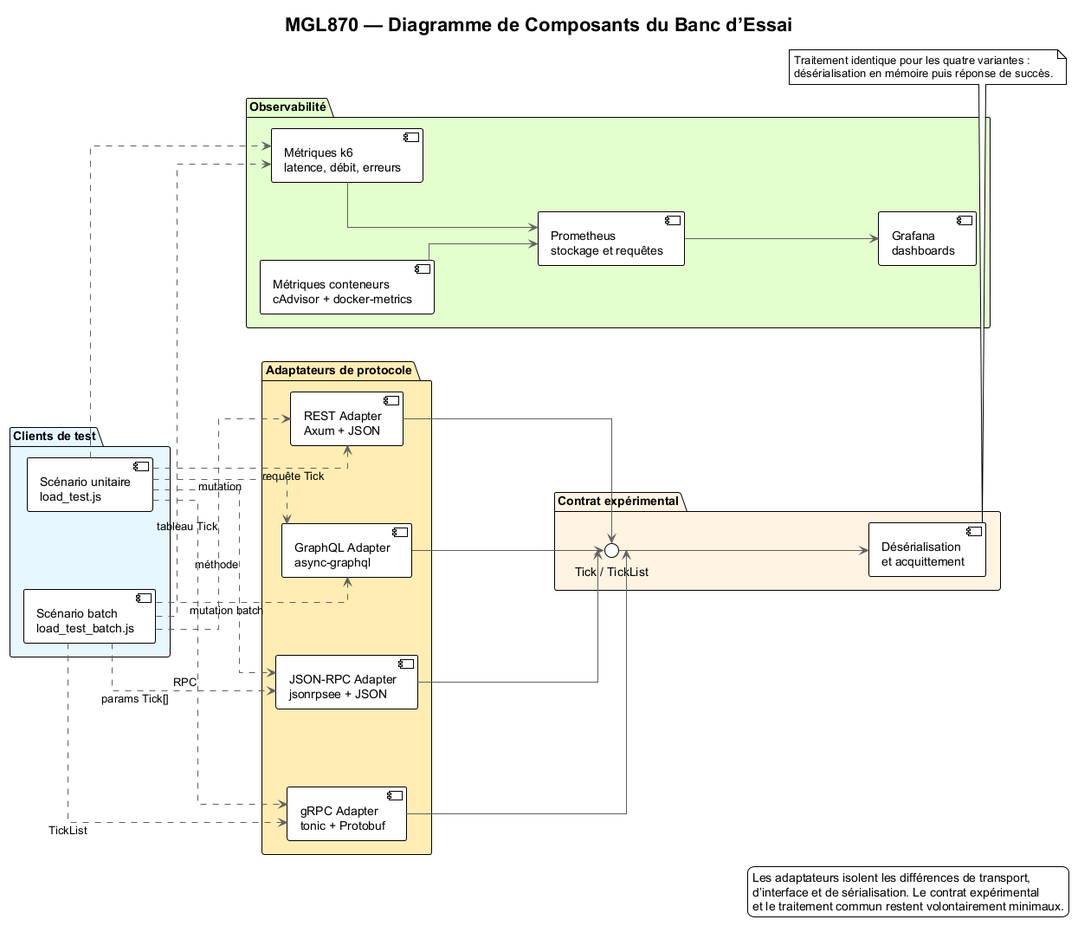
Before: docs/figures/components.png, a diagram exported from PlantUML (Hugo-12341234/mgl870-benchmark-ipc). Source of this version:
```plantuml
@startuml "MGL870 - Vue Composants"
!theme plain
skinparam backgroundColor #FFFFFF
skinparam componentStyle uml2
skinparam linetype ortho
skinparam shadowing false
skinparam ArrowColor #606060
skinparam FontColor #404040
skinparam nodesep 90
skinparam ranksep 120
skinparam defaultFontName Arial
left to right direction

title "MGL870 — Diagramme de Composants du Banc d’Essai"

package "Clients de test" #E6F7FF {
  [Scénario unitaire\nload_test.js] as Single
  [Scénario batch\nload_test_batch.js] as Batch
}

package "Adaptateurs de protocole" #FFECB3 {
  [REST Adapter\nAxum + JSON] as Rest
  [GraphQL Adapter\nasync-graphql] as Graphql
  [JSON-RPC Adapter\njsonrpsee + JSON] as JsonRpc
  [gRPC Adapter\ntonic + Protobuf] as Grpc
}

package "Contrat expérimental" #FFF3E0 {
  interface "Tick / TickList" as TickContract
  [Désérialisation\net acquittement] as Processing
}

package "Observabilité" #E2FFCC {
  [Métriques k6\nlatence, débit, erreurs] as K6Metrics
  [Métriques conteneurs\ncAdvisor + docker-metrics] as ContainerMetrics
  [Prometheus\nstockage et requêtes] as Prometheus
  [Grafana\ndashboards] as Grafana
}

Single ..> Rest : requête Tick
Single ..> Graphql : mutation
Single ..> JsonRpc : méthode
Single ..> Grpc : RPC
Batch ..> Rest : tableau Tick
Batch ..> Graphql : mutation batch
Batch ..> JsonRpc : params Tick[]
Batch ..> Grpc : TickList

Rest --> TickContract
Graphql --> TickContract
JsonRpc --> TickContract
Grpc --> TickContract
TickContract --> Processing

Single ..> K6Metrics
Batch ..> K6Metrics
ContainerMetrics --> Prometheus
K6Metrics --> Prometheus
Prometheus --> Grafana

note bottom of Processing
Traitement identique pour les quatre variantes :
désérialisation en mémoire puis réponse de succès.
end note

legend right
Les adaptateurs isolent les différences de transport,
d’interface et de sérialisation. Le contrat expérimental
et le traitement commun restent volontairement minimaux.
endlegend

@enduml
```
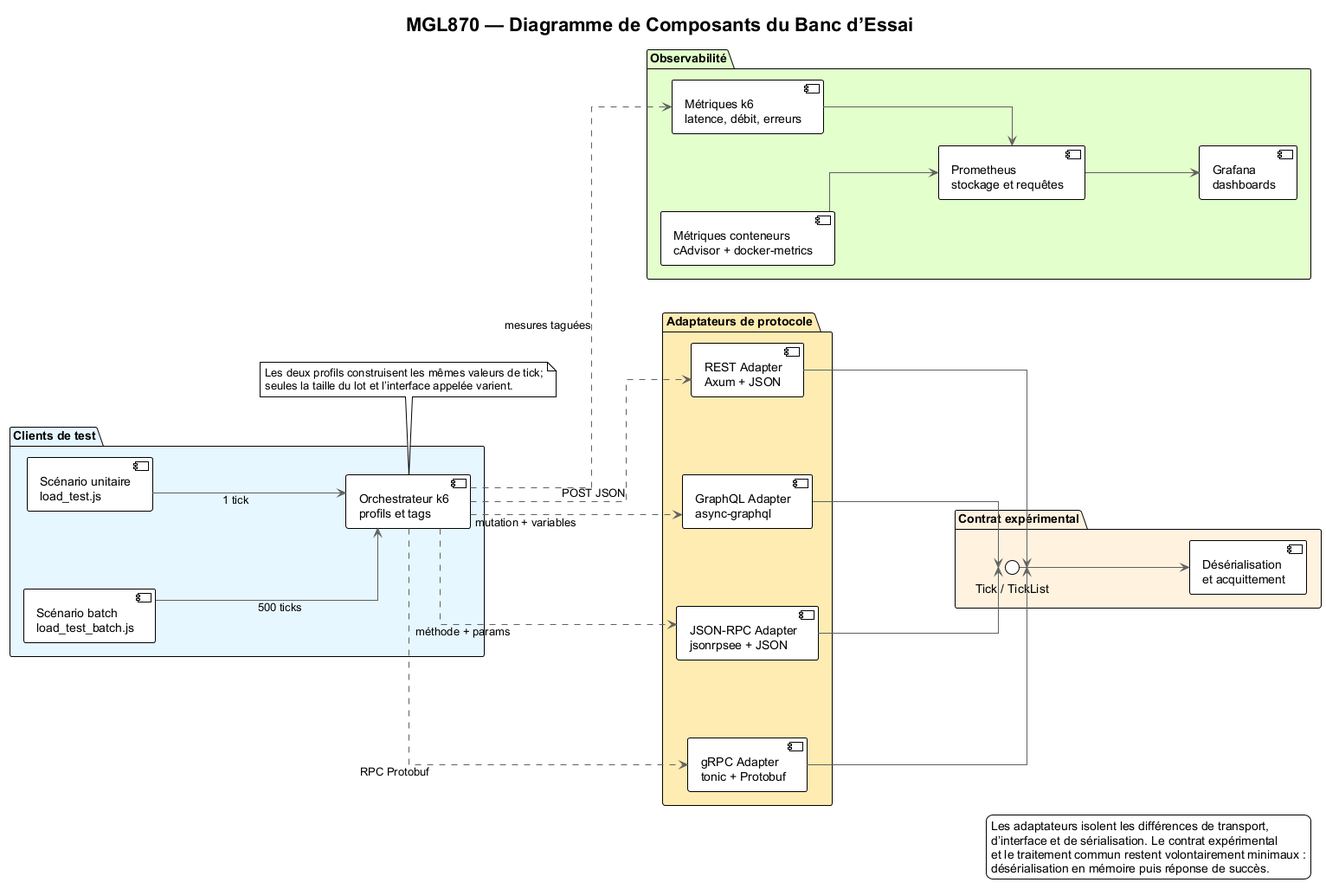
Later version of the same file.

Change to the diagram source:
```diff
@@ -1,4 +1,4 @@
-@startuml "MGL870 - Vue Composants"
+@startuml
 !theme plain
 skinparam backgroundColor #FFFFFF
 skinparam componentStyle uml2
@@ -16,6 +16,7 @@
 package "Clients de test" #E6F7FF {
   [Scénario unitaire\nload_test.js] as Single
   [Scénario batch\nload_test_batch.js] as Batch
+  [Orchestrateur k6\nprofils et tags] as K6Runner
 }
 
 package "Adaptateurs de protocole" #FFECB3 {
@@ -37,14 +38,12 @@
   [Grafana\ndashboards] as Grafana
 }
 
-Single ..> Rest : requête Tick
-Single ..> Graphql : mutation
-Single ..> JsonRpc : méthode
-Single ..> Grpc : RPC
-Batch ..> Rest : tableau Tick
-Batch ..> Graphql : mutation batch
-Batch ..> JsonRpc : params Tick[]
-Batch ..> Grpc : TickList
+Single --> K6Runner : 1 tick
+Batch --> K6Runner : 500 ticks
+K6Runner ..> Rest : POST JSON
+K6Runner ..> Graphql : mutation + variables
+K6Runner ..> JsonRpc : méthode + params
+K6Runner ..> Grpc : RPC Protobuf
 
 Rest --> TickContract
 Graphql --> TickContract
@@ -52,21 +51,21 @@
 Grpc --> TickContract
 TickContract --> Processing
 
-Single ..> K6Metrics
-Batch ..> K6Metrics
+K6Runner ..> K6Metrics : mesures taguées
 ContainerMetrics --> Prometheus
 K6Metrics --> Prometheus
 Prometheus --> Grafana
 
-note bottom of Processing
-Traitement identique pour les quatre variantes :
-désérialisation en mémoire puis réponse de succès.
+note bottom of K6Runner
+Les deux profils construisent les mêmes valeurs de tick;
+seules la taille du lot et l’interface appelée varient.
 end note
 
 legend right
 Les adaptateurs isolent les différences de transport,
 d’interface et de sérialisation. Le contrat expérimental
-et le traitement commun restent volontairement minimaux.
+et le traitement commun restent volontairement minimaux :
+désérialisation en mémoire puis réponse de succès.
 endlegend
 
 @enduml
```
